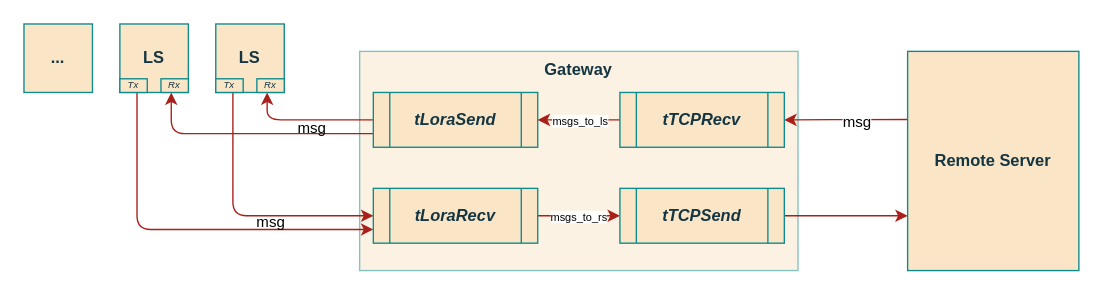
The draw.io diagram page "overview" (1 of 5) of project/report/flowcharts/Gatewaytasks/GWthreads.drawio in ESRGgroup9/slipad, before the edit. Source tidied: cells renumbered, new cells numbered last; positions are measured from the earlier drawing's top-left corner, leaving out a move shared by most shapes. Both pictures are drawn from the tidied source at 137%, with x=0, y=0 at pixel (23, 23).
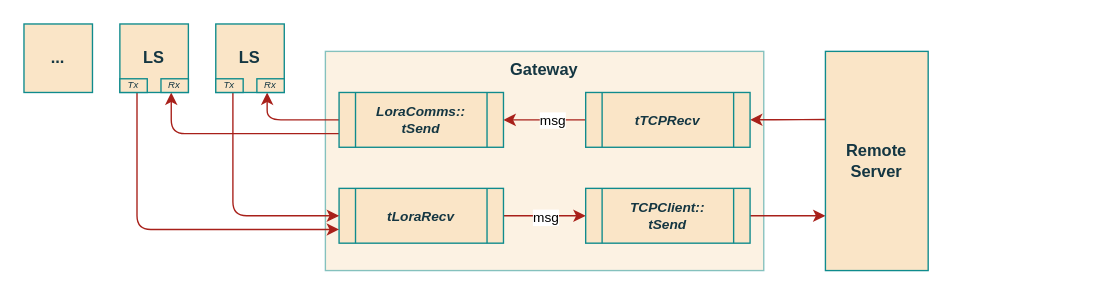
After the change.

The change refers to these unchanged cells:
```xml
<mxCell id="6" style="edgeStyle=orthogonalEdgeStyle;rounded=1;jettySize=auto;html=1;exitX=1;exitY=0.5;exitDx=0;exitDy=0;entryX=0;entryY=0.5;entryDx=0;entryDy=0;strokeColor=#A8201A;" parent="1" edge="1" source="8" target="10">
  <mxGeometry relative="1" as="geometry" />
</mxCell>
<mxCell id="11" style="edgeStyle=orthogonalEdgeStyle;rounded=1;jettySize=auto;html=1;exitX=0;exitY=0.5;exitDx=0;exitDy=0;entryX=1;entryY=0.5;entryDx=0;entryDy=0;strokeColor=#A8201A;" parent="1" edge="1" source="15" target="5">
  <mxGeometry relative="1" as="geometry" />
</mxCell>
<mxCell id="13" style="edgeStyle=orthogonalEdgeStyle;rounded=1;jettySize=auto;html=1;exitX=0.013;exitY=0.311;exitDx=0;exitDy=0;entryX=1;entryY=0.5;entryDx=0;entryDy=0;strokeColor=#A8201A;exitPerimeter=0;" parent="1" edge="1" source="16" target="15">
  <mxGeometry relative="1" as="geometry" />
</mxCell>
```

Diff of the diagram source:
```diff
@@
     <mxCell id="2" value="&lt;b&gt;Gateway&lt;/b&gt;" style="rounded=0;whiteSpace=wrap;html=1;sketch=0;fontColor=#143642;strokeColor=#0F8B8D;fillColor=#FAE5C7;opacity=50;verticalAlign=top;" parent="1" vertex="1">
-      <mxGeometry x="245" y="20" width="320" height="160" as="geometry" />
+      <mxGeometry x="220" y="20" width="320" height="160" as="geometry" />
     </mxCell>
@@
-    <mxCell id="5" value="&lt;b&gt;tLoraSend&lt;/b&gt;" style="shape=process;whiteSpace=wrap;html=1;backgroundOutline=1;rounded=0;sketch=0;fontColor=#143642;strokeColor=#0F8B8D;fillColor=#FAE5C7;fontStyle=2;" parent="1" vertex="1">
-      <mxGeometry x="255" y="50" width="120" height="40" as="geometry" />
+    <mxCell id="5" value="&lt;div style=&quot;font-size: 10px;&quot;&gt;&lt;b style=&quot;font-size: 10px;&quot;&gt;LoraComms::&lt;/b&gt;&lt;/div&gt;&lt;div style=&quot;font-size: 10px;&quot;&gt;&lt;b style=&quot;font-size: 10px;&quot;&gt;tSend&lt;/b&gt;&lt;/div&gt;" style="shape=process;whiteSpace=wrap;html=1;backgroundOutline=1;rounded=0;sketch=0;fontColor=#143642;strokeColor=#0F8B8D;fillColor=#FAE5C7;fontStyle=2;fontSize=10;" parent="1" vertex="1">
+      <mxGeometry x="230" y="50" width="120" height="40" as="geometry" />
     </mxCell>
@@
-    <mxCell id="7" value="msgs_to_rs" style="edgeLabel;html=1;align=center;verticalAlign=middle;fontSize=8;" parent="6" vertex="1">
-      <mxGeometry x="-0.29" y="2" relative="1" as="geometry">
-        <mxPoint x="8" y="2" as="offset" />
-      </mxGeometry>
-    </mxCell>
+    <mxCell id="28" value="msg" style="edgeLabel;html=1;align=center;verticalAlign=middle;fontSize=10;" parent="6" vertex="1">
+      <mxGeometry x="-0.35" relative="1" as="geometry">
+        <mxPoint x="10" as="offset" />
+      </mxGeometry>
+    </mxCell>
-    <mxCell id="8" value="&lt;b&gt;tLoraRecv&lt;/b&gt;" style="shape=process;whiteSpace=wrap;html=1;backgroundOutline=1;rounded=0;sketch=0;fontColor=#143642;strokeColor=#0F8B8D;fillColor=#FAE5C7;fontStyle=2;" parent="1" vertex="1">
-      <mxGeometry x="255" y="120" width="120" height="40" as="geometry" />
+    <mxCell id="8" value="&lt;b style=&quot;font-size: 10px;&quot;&gt;tLoraRecv&lt;/b&gt;" style="shape=process;whiteSpace=wrap;html=1;backgroundOutline=1;rounded=0;sketch=0;fontColor=#143642;strokeColor=#0F8B8D;fillColor=#FAE5C7;fontStyle=2;fontSize=10;" parent="1" vertex="1">
+      <mxGeometry x="230" y="120" width="120" height="40" as="geometry" />
     </mxCell>
@@
-    <mxCell id="10" value="&lt;b&gt;tTCPSend&lt;/b&gt;" style="shape=process;whiteSpace=wrap;html=1;backgroundOutline=1;rounded=0;sketch=0;fontColor=#143642;strokeColor=#0F8B8D;fillColor=#FAE5C7;fontStyle=2;" parent="1" vertex="1">
-      <mxGeometry x="435" y="120" width="120" height="40" as="geometry" />
+    <mxCell id="10" value="&lt;div style=&quot;font-size: 10px;&quot;&gt;TCPClient::&lt;/div&gt;&lt;div style=&quot;font-size: 10px;&quot;&gt;tSend&lt;/div&gt;" style="shape=process;whiteSpace=wrap;html=1;backgroundOutline=1;rounded=0;sketch=0;fontColor=#143642;strokeColor=#0F8B8D;fillColor=#FAE5C7;fontStyle=3;fontSize=10;" parent="1" vertex="1">
+      <mxGeometry x="410" y="120" width="120" height="40" as="geometry" />
     </mxCell>
@@
-    <mxCell id="12" value="msgs_to_ls" style="edgeLabel;html=1;align=center;verticalAlign=middle;fontSize=8;" parent="11" vertex="1">
-      <mxGeometry x="-0.24" relative="1" as="geometry">
-        <mxPoint x="-7" as="offset" />
-      </mxGeometry>
-    </mxCell>
+    <mxCell id="29" value="msg" style="edgeLabel;html=1;align=center;verticalAlign=middle;fontSize=10;" parent="11" vertex="1">
+      <mxGeometry x="-0.18" y="-1" relative="1" as="geometry" />
+    </mxCell>
@@
-    <mxCell id="14" value="msg" style="edgeLabel;html=1;align=center;verticalAlign=middle;fontSize=11;" parent="13" vertex="1">
-      <mxGeometry x="-0.16" y="2" relative="1" as="geometry" />
-    </mxCell>
-    <mxCell id="15" value="&lt;b&gt;tTCPRecv&lt;/b&gt;" style="shape=process;whiteSpace=wrap;html=1;backgroundOutline=1;rounded=0;sketch=0;fontColor=#143642;strokeColor=#0F8B8D;fillColor=#FAE5C7;fontStyle=2;" parent="1" vertex="1">
-      <mxGeometry x="435" y="50" width="120" height="40" as="geometry" />
+    <mxCell id="15" value="&lt;b style=&quot;font-size: 10px;&quot;&gt;tTCPRecv&lt;/b&gt;" style="shape=process;whiteSpace=wrap;html=1;backgroundOutline=1;rounded=0;sketch=0;fontColor=#143642;strokeColor=#0F8B8D;fillColor=#FAE5C7;fontStyle=2;fontSize=10;" parent="1" vertex="1">
+      <mxGeometry x="410" y="50" width="120" height="40" as="geometry" />
     </mxCell>
     <mxCell id="16" value="Remote Server" style="rounded=0;whiteSpace=wrap;html=1;sketch=0;fontColor=#143642;strokeColor=#0F8B8D;fillColor=#FAE5C7;fontStyle=1;" parent="1" vertex="1">
-      <mxGeometry x="645" y="20" width="125" height="160" as="geometry" />
+      <mxGeometry x="585" y="20" width="75" height="160" as="geometry" />
     </mxCell>
@@
-    <mxCell id="22" value="msg" style="text;html=1;align=center;verticalAlign=middle;strokeColor=none;fillColor=none;fontSize=11;" parent="1" vertex="1">
-      <mxGeometry x="160" y="135" width="40" height="20" as="geometry" />
-    </mxCell>
-    <mxCell id="23" value="msg" style="text;html=1;align=center;verticalAlign=middle;strokeColor=none;fillColor=none;fontSize=11;" parent="1" vertex="1">
-      <mxGeometry x="190" y="66" width="40" height="20" as="geometry" />
-    </mxCell>
```
